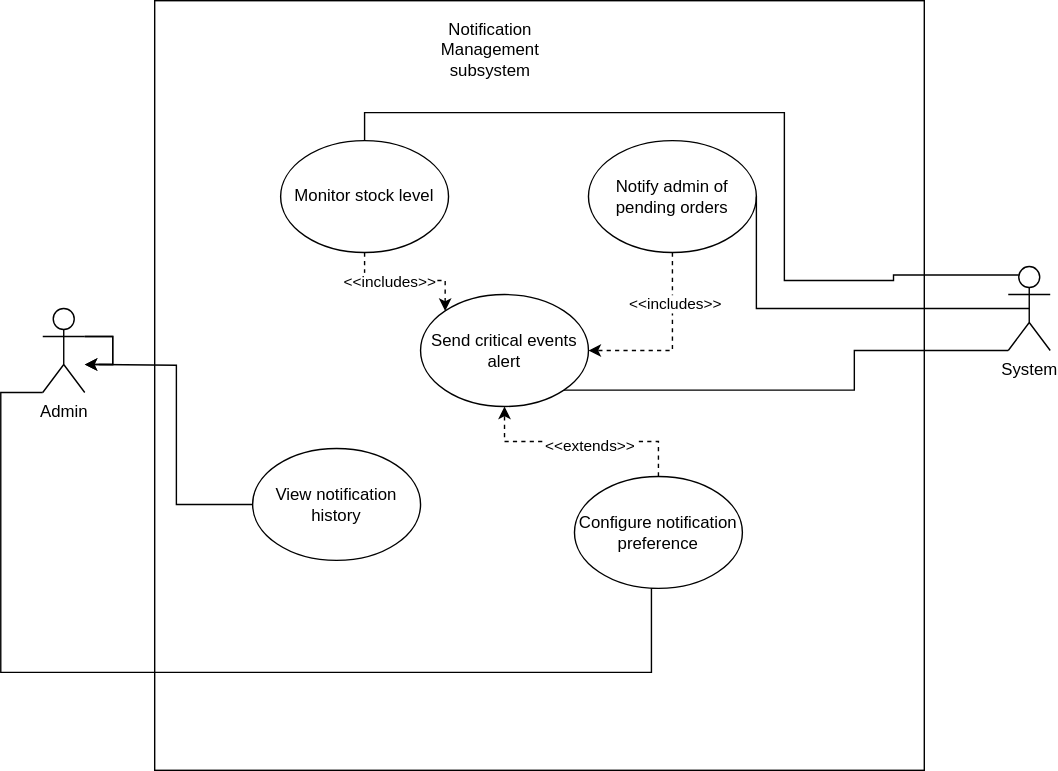
Above: usecase1.svg in Simamkele88/IFM3_GP (draw.io), before the change. Source tidied: cells renumbered, new cells last; positions are measured from the earlier drawing's top-left corner, leaving out a move shared by most shapes. Its diagram source:
```xml
<mxGraphModel>
  <root>
    <mxCell id="0" />
    <mxCell id="1" parent="0" />
    <mxCell id="2" style="whiteSpace=wrap;html=1;" parent="1" vertex="1">
      <mxGeometry x="110" width="550" height="550" as="geometry" />
    </mxCell>
    <mxCell id="3" style="edgeStyle=orthogonalEdgeStyle;rounded=0;jettySize=auto;html=1;endArrow=none;startFill=0;entryX=0.5;entryY=1;entryDx=0;entryDy=0;exitX=0;exitY=1;exitDx=0;exitDy=0;exitPerimeter=0;" parent="1" edge="1" source="4" target="12">
      <mxGeometry relative="1" as="geometry">
        <Array as="points">
          <mxPoint y="280" />
          <mxPoint y="480" />
          <mxPoint x="465" y="480" />
          <mxPoint x="465" y="420" />
        </Array>
      </mxGeometry>
    </mxCell>
    <mxCell id="4" value="Admin" style="shape=umlActor;verticalLabelPosition=bottom;verticalAlign=top;html=1;outlineConnect=0;" parent="1" vertex="1">
      <mxGeometry x="30" y="220" width="30" height="60" as="geometry" />
    </mxCell>
    <mxCell id="5" value="Notification Management subsystem" style="text;html=1;align=center;verticalAlign=middle;whiteSpace=wrap;rounded=0;" parent="1" vertex="1">
      <mxGeometry x="320" y="20" width="60" height="30" as="geometry" />
    </mxCell>
    <mxCell id="6" style="edgeStyle=orthogonalEdgeStyle;rounded=0;jettySize=auto;html=1;entryX=0;entryY=0;entryDx=0;entryDy=0;dashed=1;" parent="1" edge="1" source="8" target="14">
      <mxGeometry relative="1" as="geometry" />
    </mxCell>
    <mxCell id="7" value="&amp;lt;&amp;lt;includes&amp;gt;&amp;gt;" style="edgeLabel;html=1;align=center;verticalAlign=middle;" parent="6" vertex="1">
      <mxGeometry x="-0.25" relative="1" as="geometry" />
    </mxCell>
    <mxCell id="8" value="&lt;div&gt;Monitor stock level&lt;/div&gt;" style="ellipse;whiteSpace=wrap;html=1;" parent="1" vertex="1">
      <mxGeometry x="200" y="100" width="120" height="80" as="geometry" />
    </mxCell>
    <mxCell id="9" value="Notify admin of pending orders" style="ellipse;whiteSpace=wrap;html=1;" parent="1" vertex="1">
      <mxGeometry x="420" y="100" width="120" height="80" as="geometry" />
    </mxCell>
    <mxCell id="10" style="edgeStyle=orthogonalEdgeStyle;rounded=0;jettySize=auto;html=1;entryX=0.5;entryY=1;entryDx=0;entryDy=0;dashed=1;" parent="1" edge="1" source="12" target="14">
      <mxGeometry relative="1" as="geometry" />
    </mxCell>
    <mxCell id="11" value="&amp;lt;&amp;lt;extends&amp;gt;&amp;gt;" style="edgeLabel;html=1;align=center;verticalAlign=middle;" parent="10" vertex="1">
      <mxGeometry x="-0.09" y="2" relative="1" as="geometry">
        <mxPoint x="-2" as="offset" />
      </mxGeometry>
    </mxCell>
    <mxCell id="12" value="Configure notification preference" style="ellipse;whiteSpace=wrap;html=1;" parent="1" vertex="1">
      <mxGeometry x="410" y="340" width="120" height="80" as="geometry" />
    </mxCell>
    <mxCell id="13" value="View notification history" style="ellipse;whiteSpace=wrap;html=1;" parent="1" vertex="1">
      <mxGeometry x="180" y="320" width="120" height="80" as="geometry" />
    </mxCell>
    <mxCell id="14" value="Send critical events alert" style="ellipse;whiteSpace=wrap;html=1;" parent="1" vertex="1">
      <mxGeometry x="300" y="210" width="120" height="80" as="geometry" />
    </mxCell>
    <mxCell id="15" style="edgeStyle=orthogonalEdgeStyle;rounded=0;jettySize=auto;html=1;dashed=1;" parent="1" edge="1" source="9">
      <mxGeometry relative="1" as="geometry">
        <mxPoint x="420" y="250" as="targetPoint" />
        <Array as="points">
          <mxPoint x="480" y="250" />
        </Array>
      </mxGeometry>
    </mxCell>
    <mxCell id="16" value="&amp;lt;&amp;lt;includes&amp;gt;&amp;gt;" style="edgeLabel;html=1;align=center;verticalAlign=middle;" parent="15" vertex="1">
      <mxGeometry x="-0.45" y="1" relative="1" as="geometry" />
    </mxCell>
    <mxCell id="17" style="edgeStyle=orthogonalEdgeStyle;rounded=0;jettySize=auto;html=1;entryX=0.5;entryY=0;entryDx=0;entryDy=0;exitX=0.25;exitY=0.1;exitDx=0;exitDy=0;exitPerimeter=0;endArrow=none;startFill=0;" parent="1" edge="1" source="19" target="8">
      <mxGeometry relative="1" as="geometry">
        <Array as="points">
          <mxPoint x="638" y="200" />
          <mxPoint x="560" y="200" />
          <mxPoint x="560" y="80" />
          <mxPoint x="260" y="80" />
        </Array>
      </mxGeometry>
    </mxCell>
    <mxCell id="18" style="edgeStyle=orthogonalEdgeStyle;rounded=0;jettySize=auto;html=1;exitX=0;exitY=1;exitDx=0;exitDy=0;exitPerimeter=0;entryX=1;entryY=1;entryDx=0;entryDy=0;endArrow=none;startFill=0;" parent="1" edge="1" source="19" target="14">
      <mxGeometry relative="1" as="geometry">
        <Array as="points">
          <mxPoint x="610" y="250" />
          <mxPoint x="610" y="278" />
        </Array>
      </mxGeometry>
    </mxCell>
    <mxCell id="19" value="System" style="shape=umlActor;verticalLabelPosition=bottom;verticalAlign=top;html=1;outlineConnect=0;" parent="1" vertex="1">
      <mxGeometry x="720" y="190" width="30" height="60" as="geometry" />
    </mxCell>
    <mxCell id="20" style="edgeStyle=orthogonalEdgeStyle;rounded=0;jettySize=auto;html=1;exitX=1;exitY=0.5;exitDx=0;exitDy=0;entryX=0.5;entryY=0.5;entryDx=0;entryDy=0;entryPerimeter=0;endArrow=none;startFill=0;" parent="1" edge="1" source="9" target="19">
      <mxGeometry relative="1" as="geometry">
        <Array as="points">
          <mxPoint x="540" y="220" />
        </Array>
      </mxGeometry>
    </mxCell>
    <mxCell id="21" style="edgeStyle=orthogonalEdgeStyle;rounded=0;jettySize=auto;html=1;entryX=0;entryY=0.5;entryDx=0;entryDy=0;endArrow=none;startFill=0;" parent="1" edge="1" target="13">
      <mxGeometry relative="1" as="geometry">
        <mxPoint x="70" y="260" as="sourcePoint" />
      </mxGeometry>
    </mxCell>
    <mxCell id="22" style="edgeStyle=orthogonalEdgeStyle;rounded=0;orthogonalLoop=1;jettySize=auto;html=1;" parent="1" edge="1" source="4" target="4">
      <mxGeometry relative="1" as="geometry" />
    </mxCell>
    <mxCell id="23" style="edgeStyle=orthogonalEdgeStyle;rounded=0;orthogonalLoop=1;jettySize=auto;html=1;" parent="1" edge="1" source="4" target="4">
      <mxGeometry relative="1" as="geometry" />
    </mxCell>
  </root>
</mxGraphModel>
```
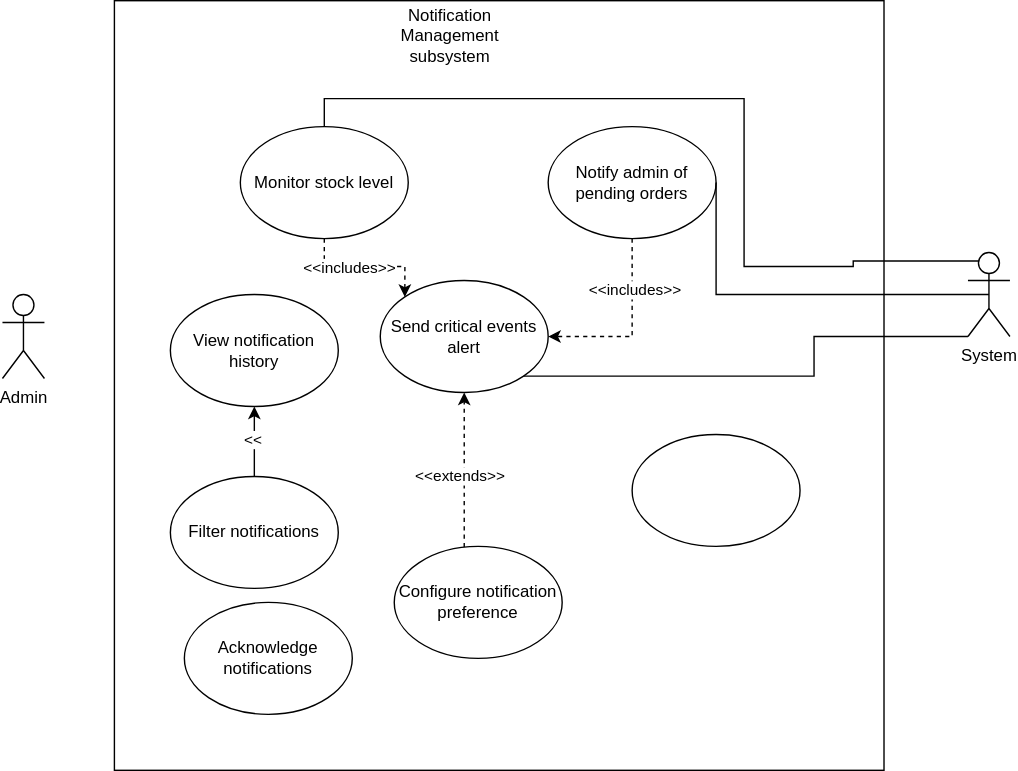
The same file after the commit.

The edit, as a diff of the source:
```diff
@@ -3,18 +3,8 @@
     <mxCell id="0" />
     <mxCell id="1" parent="0" />
     <mxCell id="2" style="whiteSpace=wrap;html=1;" parent="1" vertex="1">
-      <mxGeometry x="110" width="550" height="550" as="geometry" />
+      <mxGeometry x="110" y="10" width="550" height="550" as="geometry" />
     </mxCell>
-    <mxCell id="3" style="edgeStyle=orthogonalEdgeStyle;rounded=0;jettySize=auto;html=1;endArrow=none;startFill=0;entryX=0.5;entryY=1;entryDx=0;entryDy=0;exitX=0;exitY=1;exitDx=0;exitDy=0;exitPerimeter=0;" parent="1" edge="1" source="4" target="12">
-      <mxGeometry relative="1" as="geometry">
-        <Array as="points">
-          <mxPoint y="280" />
-          <mxPoint y="480" />
-          <mxPoint x="465" y="480" />
-          <mxPoint x="465" y="420" />
-        </Array>
-      </mxGeometry>
-    </mxCell>
     <mxCell id="4" value="Admin" style="shape=umlActor;verticalLabelPosition=bottom;verticalAlign=top;html=1;outlineConnect=0;" parent="1" vertex="1">
       <mxGeometry x="30" y="220" width="30" height="60" as="geometry" />
     </mxCell>
@@ -34,7 +24,12 @@
       <mxGeometry x="420" y="100" width="120" height="80" as="geometry" />
     </mxCell>
     <mxCell id="10" style="edgeStyle=orthogonalEdgeStyle;rounded=0;jettySize=auto;html=1;entryX=0.5;entryY=1;entryDx=0;entryDy=0;dashed=1;" parent="1" edge="1" source="12" target="14">
-      <mxGeometry relative="1" as="geometry" />
+      <mxGeometry relative="1" as="geometry">
+        <Array as="points">
+          <mxPoint x="360" y="390" />
+          <mxPoint x="360" y="390" />
+        </Array>
+      </mxGeometry>
     </mxCell>
     <mxCell id="11" value="&amp;lt;&amp;lt;extends&amp;gt;&amp;gt;" style="edgeLabel;html=1;align=center;verticalAlign=middle;" parent="10" vertex="1">
       <mxGeometry x="-0.09" y="2" relative="1" as="geometry">
@@ -42,10 +37,10 @@
       </mxGeometry>
     </mxCell>
     <mxCell id="12" value="Configure notification preference" style="ellipse;whiteSpace=wrap;html=1;" parent="1" vertex="1">
-      <mxGeometry x="410" y="340" width="120" height="80" as="geometry" />
+      <mxGeometry x="310" y="400" width="120" height="80" as="geometry" />
     </mxCell>
     <mxCell id="13" value="View notification history" style="ellipse;whiteSpace=wrap;html=1;" parent="1" vertex="1">
-      <mxGeometry x="180" y="320" width="120" height="80" as="geometry" />
+      <mxGeometry x="150" y="220" width="120" height="80" as="geometry" />
     </mxCell>
     <mxCell id="14" value="Send critical events alert" style="ellipse;whiteSpace=wrap;html=1;" parent="1" vertex="1">
       <mxGeometry x="300" y="210" width="120" height="80" as="geometry" />
@@ -89,16 +84,20 @@
         </Array>
       </mxGeometry>
     </mxCell>
-    <mxCell id="21" style="edgeStyle=orthogonalEdgeStyle;rounded=0;jettySize=auto;html=1;entryX=0;entryY=0.5;entryDx=0;entryDy=0;endArrow=none;startFill=0;" parent="1" edge="1" target="13">
-      <mxGeometry relative="1" as="geometry">
-        <mxPoint x="70" y="260" as="sourcePoint" />
-      </mxGeometry>
-    </mxCell>
-    <mxCell id="22" style="edgeStyle=orthogonalEdgeStyle;rounded=0;orthogonalLoop=1;jettySize=auto;html=1;" parent="1" edge="1" source="4" target="4">
-      <mxGeometry relative="1" as="geometry" />
-    </mxCell>
-    <mxCell id="23" style="edgeStyle=orthogonalEdgeStyle;rounded=0;orthogonalLoop=1;jettySize=auto;html=1;" parent="1" edge="1" source="4" target="4">
-      <mxGeometry relative="1" as="geometry" />
-    </mxCell>
+    <mxCell id="24" value="Acknowledge notifications" style="ellipse;whiteSpace=wrap;html=1;" parent="1" vertex="1">
+      <mxGeometry x="160" y="440" width="120" height="80" as="geometry" />
+    </mxCell>
+    <mxCell id="25" style="ellipse;whiteSpace=wrap;html=1;" parent="1" vertex="1">
+      <mxGeometry x="480" y="320" width="120" height="80" as="geometry" />
+    </mxCell>
+    <mxCell id="26" style="edgeStyle=orthogonalEdgeStyle;rounded=0;jettySize=auto;html=1;exitX=0.5;exitY=0;exitDx=0;exitDy=0;entryX=0.5;entryY=1;entryDx=0;entryDy=0;" parent="1" edge="1" source="28" target="13">
+      <mxGeometry relative="1" as="geometry" />
+    </mxCell>
+    <mxCell id="27" value="&amp;lt;&amp;lt;" style="edgeLabel;html=1;align=center;verticalAlign=middle;" parent="26" vertex="1">
+      <mxGeometry x="0.08" y="2" relative="1" as="geometry" />
+    </mxCell>
+    <mxCell id="28" value="Filter notifications" style="ellipse;whiteSpace=wrap;html=1;" parent="1" vertex="1">
+      <mxGeometry x="150" y="350" width="120" height="80" as="geometry" />
+    </mxCell>
   </root>
 </mxGraphModel>
```
